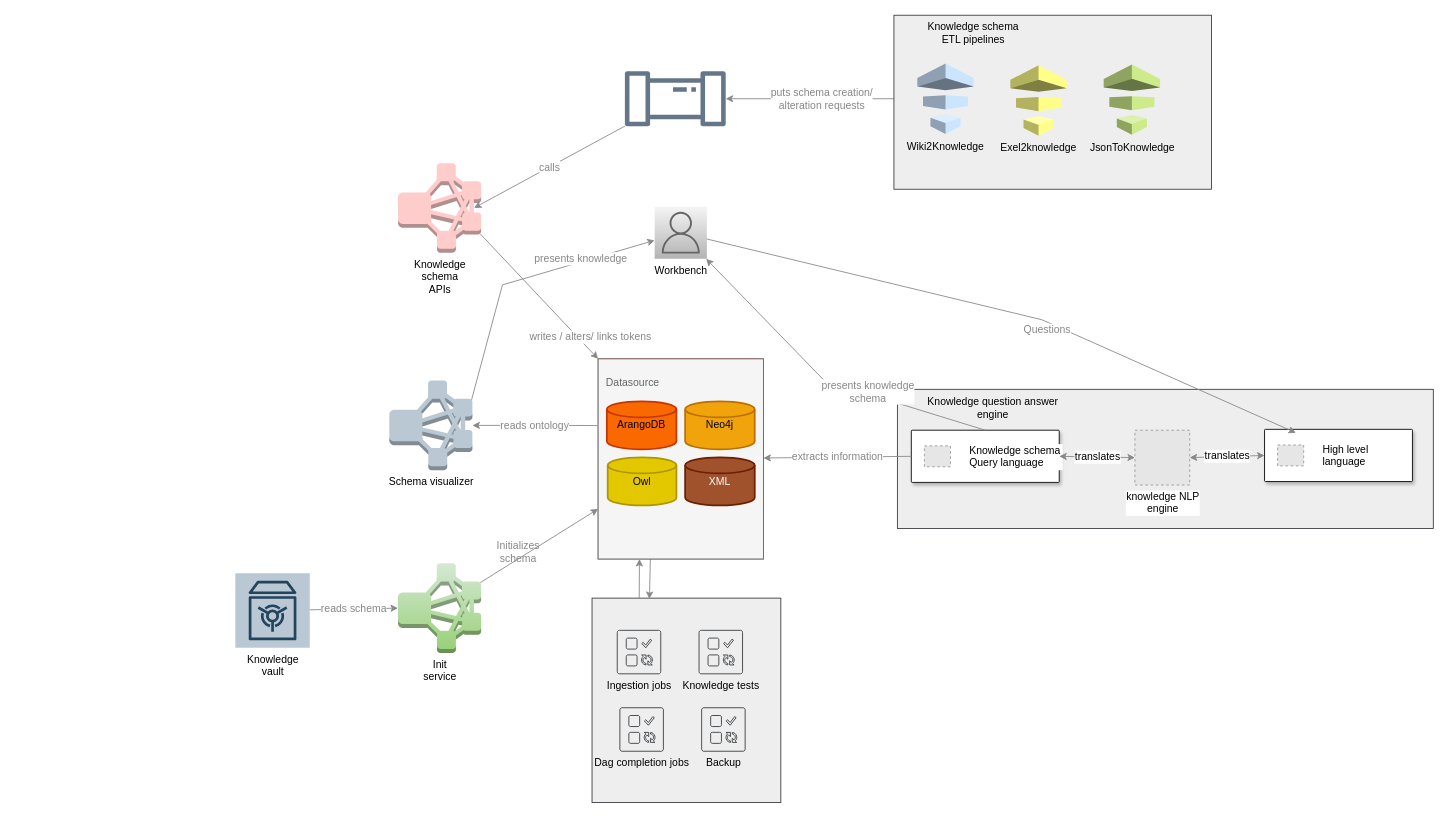
The draw.io diagram page "Knowledge schema architecture" (3 of 4) of KnowledgeArchitecture.drawio in supriyopaul/diagrams, before the edit. Source tidied: cells renumbered, new cells numbered last; positions are measured from the earlier drawing's top-left corner, leaving out a move shared by most shapes. Both pictures are drawn from the tidied source at 87%, with x=0, y=0 at pixel (235, 15). Pictures stored in the file or linked from it are replaced by grey dashed boxes.
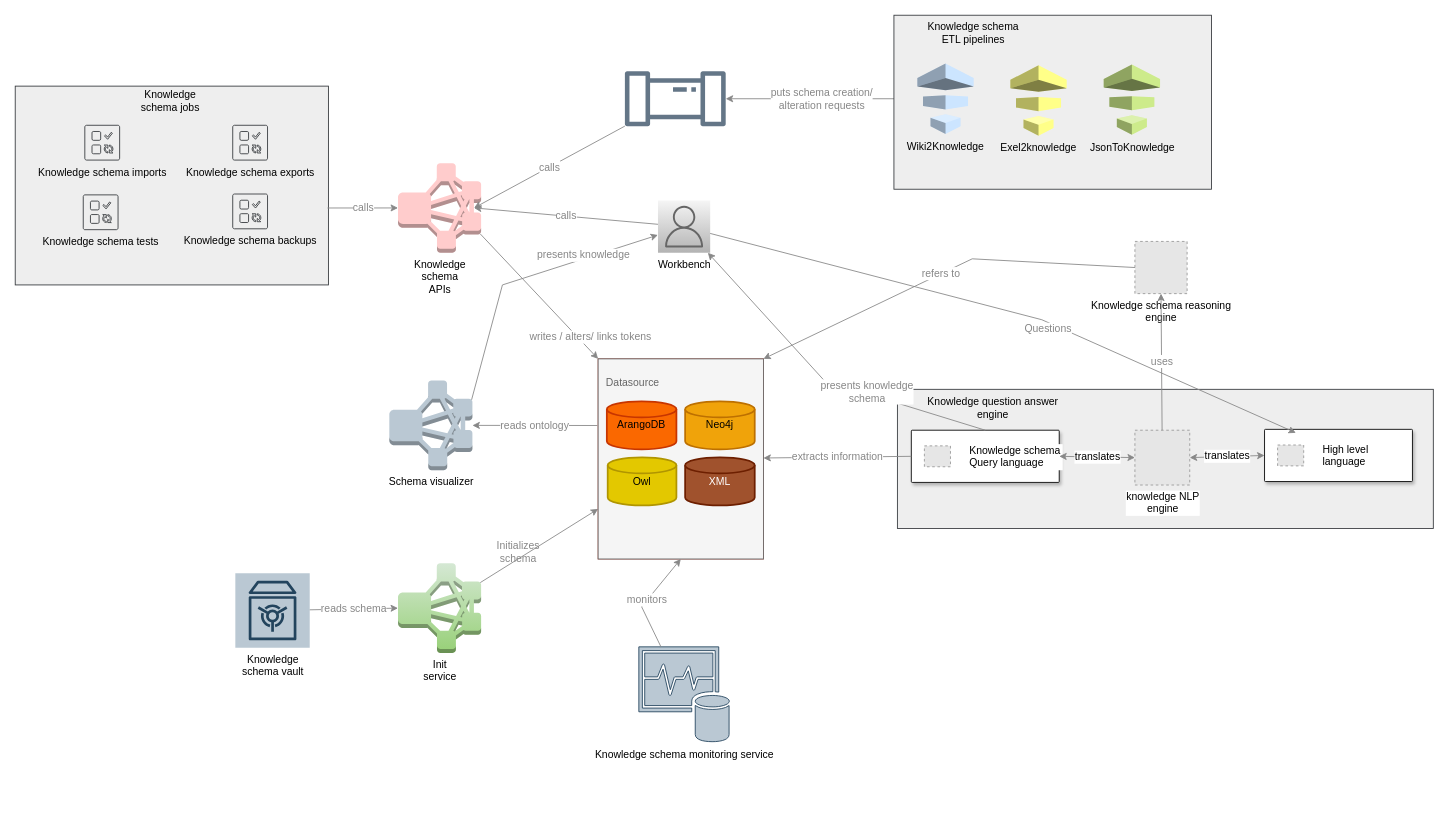
After the change.

The change refers to these unchanged cells:
```xml
<mxCell id="16" value="&lt;font color=&quot;#000000&quot;&gt;knowledge NLP&lt;br&gt;engine&lt;br&gt;&lt;/font&gt;" style="fillColor=#E6E6E6;strokeColor=#999999;dashed=1;html=1;verticalAlign=top;verticalLabelPosition=bottom;labelBackgroundColor=#ffffff;fontSize=12;fontColor=#878787;" parent="1" vertex="1">
  <mxGeometry x="1034" y="477" width="63" height="63" as="geometry" />
</mxCell>
<mxCell id="24" value="Knowledge&lt;br&gt;schema&lt;br&gt;APIs" style="outlineConnect=0;dashed=0;verticalLabelPosition=bottom;verticalAlign=top;align=center;html=1;shape=mxgraph.aws3.emr_cluster;fontSize=12;fillColor=#ffcccc;strokeColor=#36393d;" parent="1" vertex="1">
  <mxGeometry x="187" y="170" width="95.5" height="103" as="geometry" />
</mxCell>
<mxCell id="41" style="rounded=0;whiteSpace=wrap;html=1;fontSize=12;fillColor=#f5f5f5;fontColor=#333333;strokeColor=#666666;" parent="1" vertex="1">
  <mxGeometry x="417" y="395" width="190" height="230" as="geometry" />
</mxCell>
```

The edit, as a diff of the source:
```diff
@@
     <mxCell id="8" value="Workbench" style="sketch=0;outlineConnect=0;gradientColor=#b3b3b3;strokeColor=#666666;fillColor=#f5f5f5;dashed=0;verticalLabelPosition=bottom;verticalAlign=top;align=center;html=1;fontSize=12;fontStyle=0;shape=mxgraph.aws4.resourceIcon;resIcon=mxgraph.aws4.user;" parent="1" vertex="1">
-      <mxGeometry x="482" y="220" width="60" height="60" as="geometry" />
+      <mxGeometry x="485.8" y="213" width="60" height="60" as="geometry" />
     </mxCell>
@@
-    <mxCell id="26" style="group;" parent="1" vertex="1">
-      <mxGeometry x="410" y="670" width="217" height="235" as="geometry" />
-    </mxCell>
-    <mxCell id="27" style="rounded=0;whiteSpace=wrap;html=1;labelBackgroundColor=none;strokeColor=#36393d;fontSize=12;fillColor=#eeeeee;" parent="26" vertex="1">
-      <mxGeometry width="217" height="235" as="geometry" />
-    </mxCell>
-    <mxCell id="28" value="Ingestion jobs" style="sketch=0;shadow=0;dashed=0;html=1;strokeColor=#36393d;labelPosition=center;verticalLabelPosition=bottom;verticalAlign=top;align=center;fillColor=#eeeeee;shape=mxgraph.mscae.oms.jobs;labelBackgroundColor=none;fontSize=12;" parent="26" vertex="1">
-      <mxGeometry x="29" y="37" width="50" height="50" as="geometry" />
-    </mxCell>
-    <mxCell id="29" value="Knowledge tests" style="sketch=0;shadow=0;dashed=0;html=1;strokeColor=#36393d;labelPosition=center;verticalLabelPosition=bottom;verticalAlign=top;align=center;fillColor=#eeeeee;shape=mxgraph.mscae.oms.jobs;labelBackgroundColor=none;fontSize=12;" parent="26" vertex="1">
-      <mxGeometry x="123" y="37" width="50" height="50" as="geometry" />
-    </mxCell>
-    <mxCell id="30" value="Dag completion jobs" style="sketch=0;shadow=0;dashed=0;html=1;strokeColor=#36393d;labelPosition=center;verticalLabelPosition=bottom;verticalAlign=top;align=center;fillColor=#eeeeee;shape=mxgraph.mscae.oms.jobs;labelBackgroundColor=none;fontSize=12;" parent="26" vertex="1">
-      <mxGeometry x="32" y="126" width="50" height="50" as="geometry" />
-    </mxCell>
-    <mxCell id="31" value="Backup" style="sketch=0;shadow=0;dashed=0;html=1;strokeColor=#36393d;labelPosition=center;verticalLabelPosition=bottom;verticalAlign=top;align=center;fillColor=#eeeeee;shape=mxgraph.mscae.oms.jobs;labelBackgroundColor=none;fontSize=12;" parent="26" vertex="1">
-      <mxGeometry x="126" y="126" width="50" height="50" as="geometry" />
-    </mxCell>
-    <mxCell id="32" style="endArrow=classic;html=1;rounded=0;fontSize=12;fontColor=#000000;entryX=0.304;entryY=0.004;entryDx=0;entryDy=0;strokeColor=#878787;entryPerimeter=0;exitX=0.316;exitY=0.996;exitDx=0;exitDy=0;exitPerimeter=0;" parent="1" edge="1" source="41" target="27">
-      <mxGeometry relative="1" as="geometry" />
-    </mxCell>
-    <mxCell id="33" style="endArrow=classic;html=1;rounded=0;fontSize=12;fontColor=#000000;exitX=0.25;exitY=0;exitDx=0;exitDy=0;entryX=0.25;entryY=1;entryDx=0;entryDy=0;strokeColor=#878787;" parent="1" edge="1" source="27" target="41">
-      <mxGeometry relative="1" as="geometry" />
-    </mxCell>
@@
-    <mxCell id="48" value="Knowledge&lt;br&gt;vault" style="sketch=0;outlineConnect=0;strokeColor=#23445d;fillColor=#bac8d3;dashed=0;verticalLabelPosition=bottom;verticalAlign=top;align=center;html=1;fontSize=12;fontStyle=0;shape=mxgraph.aws4.resourceIcon;resIcon=mxgraph.aws4.vault;" parent="1" vertex="1">
+    <mxCell id="48" value="Knowledge&lt;br&gt;schema vault" style="sketch=0;outlineConnect=0;strokeColor=#23445d;fillColor=#bac8d3;dashed=0;verticalLabelPosition=bottom;verticalAlign=top;align=center;html=1;fontSize=12;fontStyle=0;shape=mxgraph.aws4.resourceIcon;resIcon=mxgraph.aws4.vault;" parent="1" vertex="1">
       <mxGeometry y="641.5" width="85.5" height="85.5" as="geometry" />
     </mxCell>
@@
+    <mxCell id="27" style="rounded=0;whiteSpace=wrap;html=1;labelBackgroundColor=none;strokeColor=#36393d;fontSize=12;fillColor=#eeeeee;" parent="1" vertex="1">
+      <mxGeometry x="-253" y="81.5" width="360" height="228.5" as="geometry" />
+    </mxCell>
+    <mxCell id="28" value="Knowledge schema tests" style="sketch=0;shadow=0;dashed=0;html=1;strokeColor=#36393d;labelPosition=center;verticalLabelPosition=bottom;verticalAlign=top;align=center;fillColor=#eeeeee;shape=mxgraph.mscae.oms.jobs;labelBackgroundColor=none;fontSize=12;" parent="1" vertex="1">
+      <mxGeometry x="-174.8" y="206.5" width="40" height="40" as="geometry" />
+    </mxCell>
+    <mxCell id="50" value="&lt;font color=&quot;#000000&quot;&gt;Knowledge&lt;br&gt;schema jobs&lt;/font&gt;" style="text;html=1;strokeColor=none;fillColor=none;align=center;verticalAlign=middle;whiteSpace=wrap;rounded=0;fontColor=#878787;" parent="1" vertex="1">
+      <mxGeometry x="-181" y="81.5" width="213.2" height="35.7" as="geometry" />
+    </mxCell>
+    <mxCell id="51" value="&lt;font color=&quot;#878787&quot;&gt;calls&lt;/font&gt;" style="endArrow=classic;html=1;rounded=0;fontSize=12;fontColor=#000000;strokeColor=#878787;entryX=0.915;entryY=0.5;entryDx=0;entryDy=0;entryPerimeter=0;" parent="1" edge="1" source="8" target="24">
+      <mxGeometry relative="1" as="geometry" />
+    </mxCell>
+    <mxCell id="52" value="Knowledge schema reasoning&lt;br&gt;engine" style="fillColor=#E6E6E6;strokeColor=#999999;dashed=1;html=1;verticalAlign=top;verticalLabelPosition=bottom;labelBackgroundColor=#ffffff;fontColor=#000000;" parent="1" vertex="1">
+      <mxGeometry x="1034" y="260" width="60" height="60" as="geometry" />
+    </mxCell>
+    <mxCell id="53" value="&lt;font color=&quot;#878787&quot;&gt;uses&lt;/font&gt;" style="endArrow=classic;html=1;rounded=0;fontSize=12;fontColor=#000000;strokeColor=#878787;entryX=0.5;entryY=1;entryDx=0;entryDy=0;" parent="1" edge="1" source="16" target="52">
+      <mxGeometry relative="1" as="geometry" />
+    </mxCell>
+    <mxCell id="54" value="&lt;font color=&quot;#878787&quot;&gt;refers to&lt;/font&gt;" style="endArrow=classic;html=1;rounded=0;fontSize=12;fontColor=#000000;strokeColor=#878787;entryX=1;entryY=0;entryDx=0;entryDy=0;exitX=0;exitY=0.5;exitDx=0;exitDy=0;" parent="1" edge="1" source="52" target="41">
+      <mxGeometry relative="1" as="geometry">
+        <Array as="points">
+          <mxPoint x="847" y="280" />
+        </Array>
+      </mxGeometry>
+    </mxCell>
+    <mxCell id="55" value="Knowledge schema imports" style="sketch=0;shadow=0;dashed=0;html=1;strokeColor=#36393d;labelPosition=center;verticalLabelPosition=bottom;verticalAlign=top;align=center;fillColor=#eeeeee;shape=mxgraph.mscae.oms.jobs;labelBackgroundColor=none;fontSize=12;" parent="1" vertex="1">
+      <mxGeometry x="-173" y="126.5" width="40" height="40" as="geometry" />
+    </mxCell>
+    <mxCell id="56" value="Knowledge schema backups" style="sketch=0;shadow=0;dashed=0;html=1;strokeColor=#36393d;labelPosition=center;verticalLabelPosition=bottom;verticalAlign=top;align=center;fillColor=#eeeeee;shape=mxgraph.mscae.oms.jobs;labelBackgroundColor=none;fontSize=12;" parent="1" vertex="1">
+      <mxGeometry x="-3" y="205.5" width="40" height="40" as="geometry" />
+    </mxCell>
+    <mxCell id="57" value="Knowledge schema exports" style="sketch=0;shadow=0;dashed=0;html=1;strokeColor=#36393d;labelPosition=center;verticalLabelPosition=bottom;verticalAlign=top;align=center;fillColor=#eeeeee;shape=mxgraph.mscae.oms.jobs;labelBackgroundColor=none;fontSize=12;" parent="1" vertex="1">
+      <mxGeometry x="-3" y="126.5" width="40" height="40" as="geometry" />
+    </mxCell>
+    <mxCell id="58" value="&lt;font color=&quot;#878787&quot;&gt;calls&lt;/font&gt;" style="endArrow=classic;html=1;rounded=0;fontSize=12;fontColor=#000000;strokeColor=#878787;entryX=0;entryY=0.5;entryDx=0;entryDy=0;entryPerimeter=0;exitX=0.997;exitY=0.613;exitDx=0;exitDy=0;exitPerimeter=0;" parent="1" edge="1" source="27" target="24">
+      <mxGeometry relative="1" as="geometry" />
+    </mxCell>
+    <mxCell id="59" value="Knowledge schema monitoring service" style="sketch=0;shadow=0;dashed=0;html=1;strokeColor=#23445d;fillColor=#bac8d3;labelPosition=center;verticalLabelPosition=bottom;verticalAlign=top;outlineConnect=0;align=center;shape=mxgraph.office.databases.monitoring_store;" parent="1" vertex="1">
+      <mxGeometry x="463.8" y="726" width="104" height="110" as="geometry" />
+    </mxCell>
+    <mxCell id="60" value="&lt;font color=&quot;#878787&quot;&gt;monitors&lt;/font&gt;" style="endArrow=classic;html=1;rounded=0;fontSize=12;fontColor=#000000;strokeColor=#878787;entryX=0.5;entryY=1;entryDx=0;entryDy=0;" parent="1" edge="1" source="59" target="41">
+      <mxGeometry relative="1" as="geometry">
+        <Array as="points">
+          <mxPoint x="467" y="680" />
+        </Array>
+      </mxGeometry>
+    </mxCell>
```
